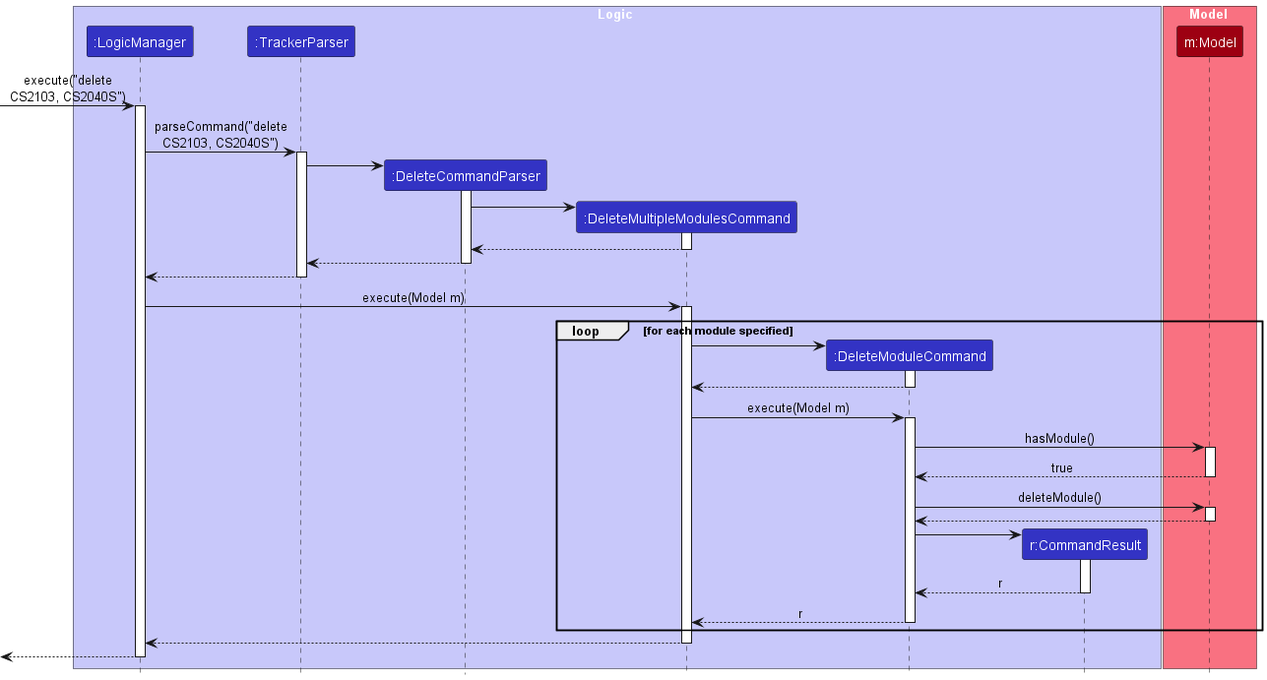
The PlantUML diagram docs/images/delete/DeleteModuleSequenceDiagram.png in nus-cs2103-AY2223S2/tp, before a commit.
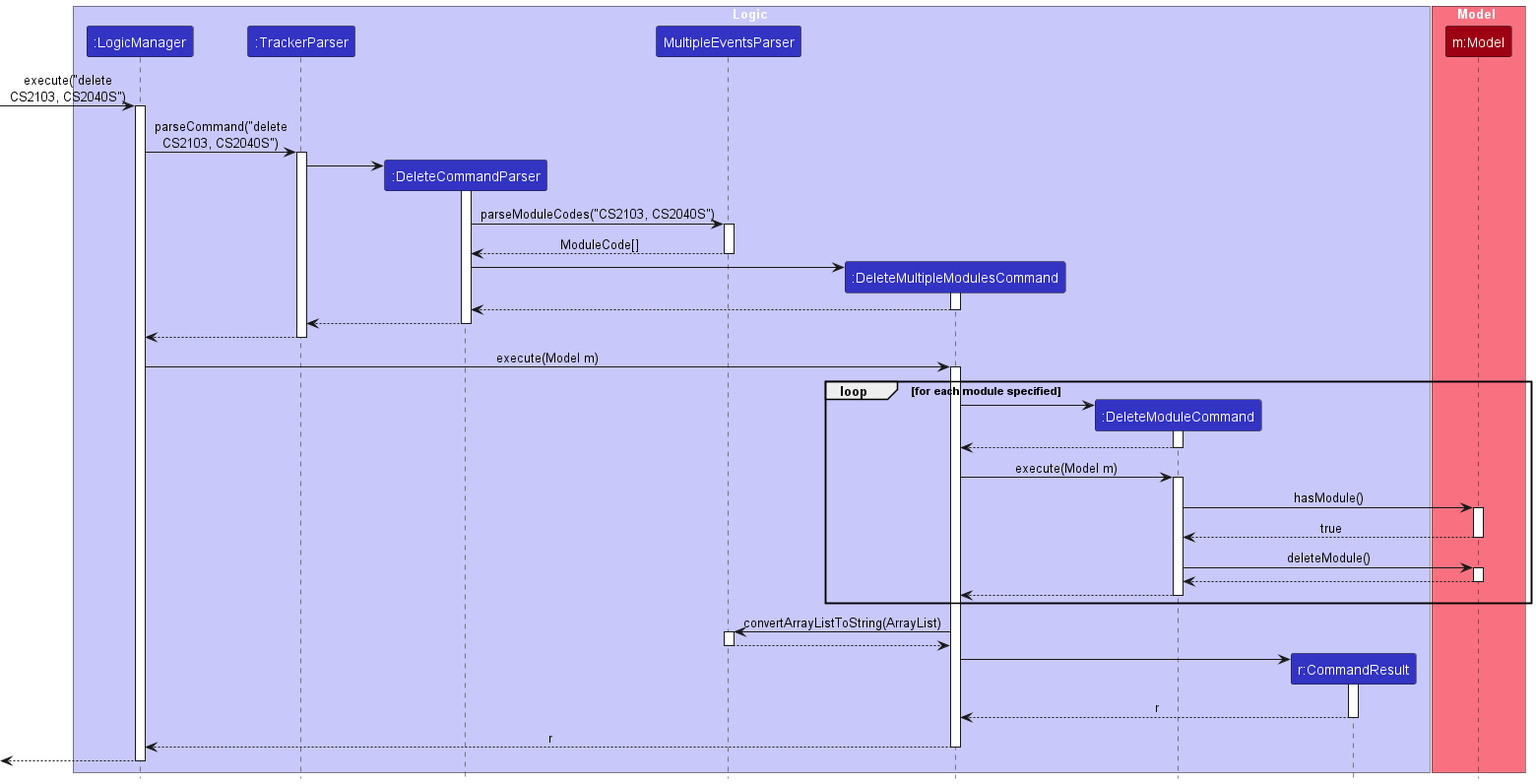
After the change.

Commit message:
Update Delete Command Sequence Diagram

Diff of the diagram source:
```diff
@@ -5,6 +5,7 @@
 participant ":LogicManager" LOGIC_COLOR
 participant ":TrackerParser" LOGIC_COLOR
 participant ":DeleteCommandParser" LOGIC_COLOR
+participant "MultipleEventsParser" LOGIC_COLOR
 participant ":DeleteMultipleModulesCommand" LOGIC_COLOR
 participant ":DeleteModuleCommand" LOGIC_COLOR
 participant "r:CommandResult" LOGIC_COLOR
@@ -23,6 +24,12 @@
 create ":DeleteCommandParser"
 ":TrackerParser" -> ":DeleteCommandParser"
 activate ":DeleteCommandParser"
+
+":DeleteCommandParser" -> "MultipleEventsParser": parseModuleCodes("CS2103, CS2040S")
+activate "MultipleEventsParser"
+
+":DeleteCommandParser" <-- "MultipleEventsParser": ModuleCode[]
+deactivate "MultipleEventsParser"
 
 create ":DeleteMultipleModulesCommand"
 ":DeleteCommandParser" -> ":DeleteMultipleModulesCommand"
@@ -64,18 +71,24 @@
     ":DeleteModuleCommand" <-- "m:Model"
     deactivate "m:Model"
 
-    create "r:CommandResult"
-    ":DeleteModuleCommand" -> "r:CommandResult"
-    activate "r:CommandResult"
-
-    ":DeleteModuleCommand" <-- "r:CommandResult": r
-    deactivate "r:CommandResult"
-
-    ":DeleteMultipleModulesCommand" <-- ":DeleteModuleCommand": r
+    ":DeleteMultipleModulesCommand" <-- ":DeleteModuleCommand"
     deactivate ":DeleteModuleCommand"
 end
 
-":LogicManager" <-- ":DeleteMultipleModulesCommand"
+":DeleteMultipleModulesCommand" -> "MultipleEventsParser": convertArrayListToString(ArrayList)
+activate "MultipleEventsParser"
+
+":DeleteMultipleModulesCommand" <-- "MultipleEventsParser"
+deactivate "MultipleEventsParser"
+
+create "r:CommandResult"
+":DeleteMultipleModulesCommand" -> "r:CommandResult"
+activate "r:CommandResult"
+
+":DeleteMultipleModulesCommand" <-- "r:CommandResult": r
+deactivate "r:CommandResult"
+
+":LogicManager" <-- ":DeleteMultipleModulesCommand": r
 deactivate ":DeleteMultipleModulesCommand"
 
 <-- ":LogicManager"
```
